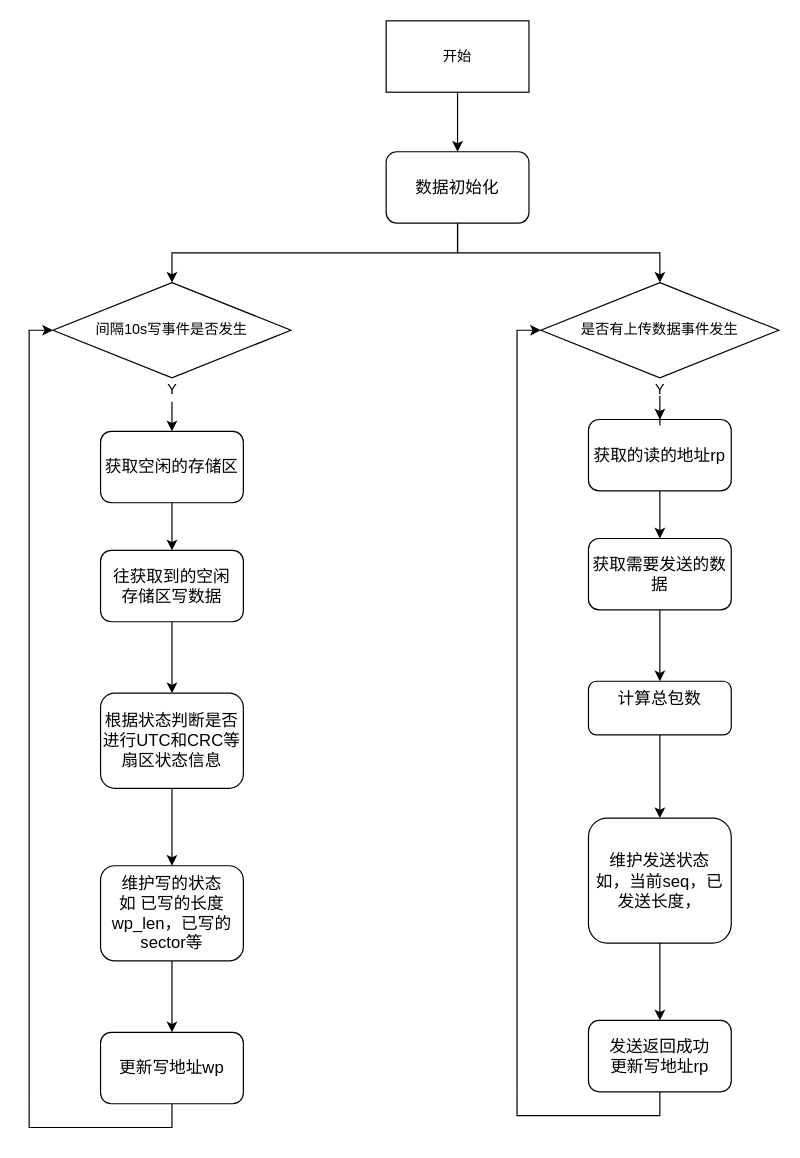
Before: page "Page-1" (1 of 2) of P3.drawio in blackfalsehood/mycode, a draw.io diagram. Source tidied: cells renumbered, new cells numbered last; positions are measured from the earlier drawing's top-left corner, leaving out a move shared by most shapes. Both pictures are drawn from the tidied source at 119%, with x=0, y=0 at pixel (52, 20).
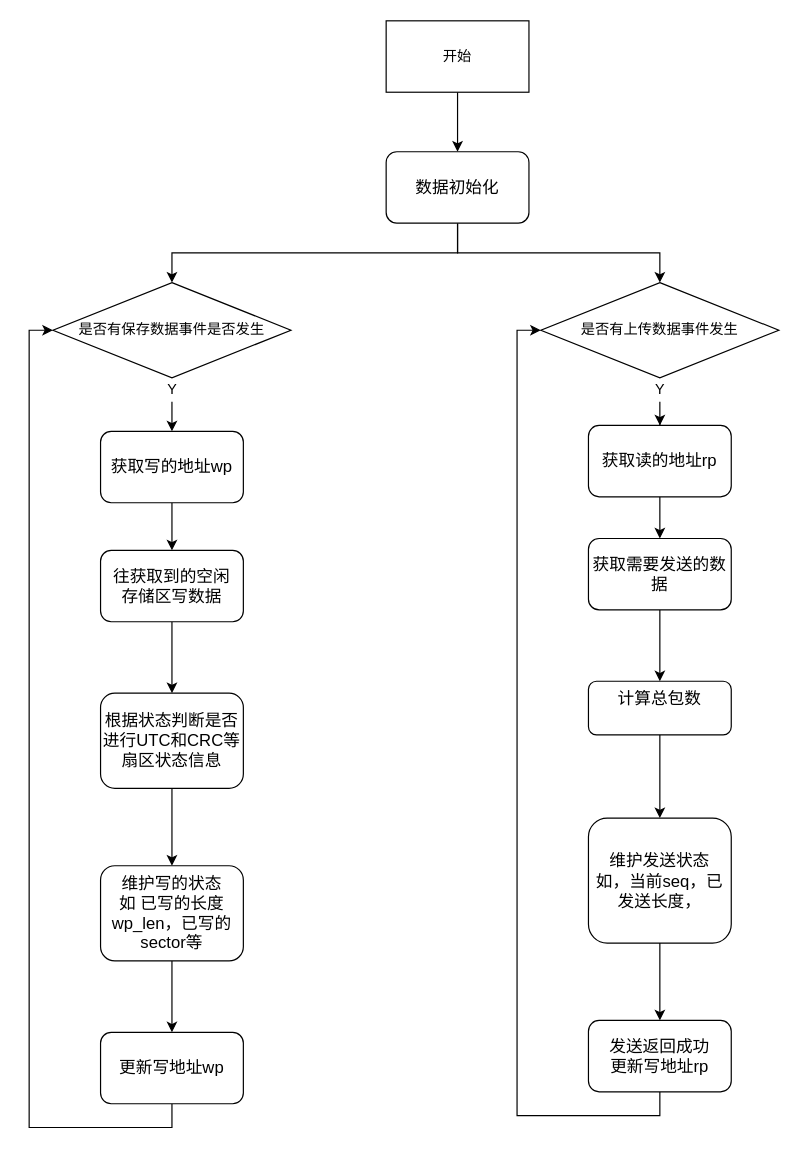
The same page after the edit.

What changed in the source:
```diff
@@
-    <mxCell id="3" value="&lt;font style=&quot;font-size: 14px&quot;&gt;获取空闲的存储区&lt;/font&gt;" style="rounded=1;whiteSpace=wrap;html=1;" parent="1" vertex="1">
+    <mxCell id="3" value="&lt;font style=&quot;font-size: 14px&quot;&gt;获取写的地址wp&lt;/font&gt;" style="rounded=1;whiteSpace=wrap;html=1;" parent="1" vertex="1">
       <mxGeometry x="40" y="345" width="120" height="60" as="geometry" />
     </mxCell>
@@
-    <mxCell id="16" value="间隔10s写事件是否发生" style="rhombus;whiteSpace=wrap;html=1;" parent="1" vertex="1">
+    <mxCell id="16" value="是否有保存数据事件是否发生" style="rhombus;whiteSpace=wrap;html=1;" parent="1" vertex="1">
       <mxGeometry y="220" width="200" height="80" as="geometry" />
     </mxCell>
@@
-    <mxCell id="20" value="&lt;font style=&quot;font-size: 14px&quot;&gt;获取的读的地址rp&lt;/font&gt;" style="rounded=1;whiteSpace=wrap;html=1;" parent="1" vertex="1">
-      <mxGeometry x="450" y="335" width="120" height="60" as="geometry" />
+    <mxCell id="20" value="&lt;font style=&quot;font-size: 14px&quot;&gt;获取读的地址rp&lt;/font&gt;" style="rounded=1;whiteSpace=wrap;html=1;" parent="1" vertex="1">
+      <mxGeometry x="450" y="340" width="120" height="60" as="geometry" />
     </mxCell>
```
